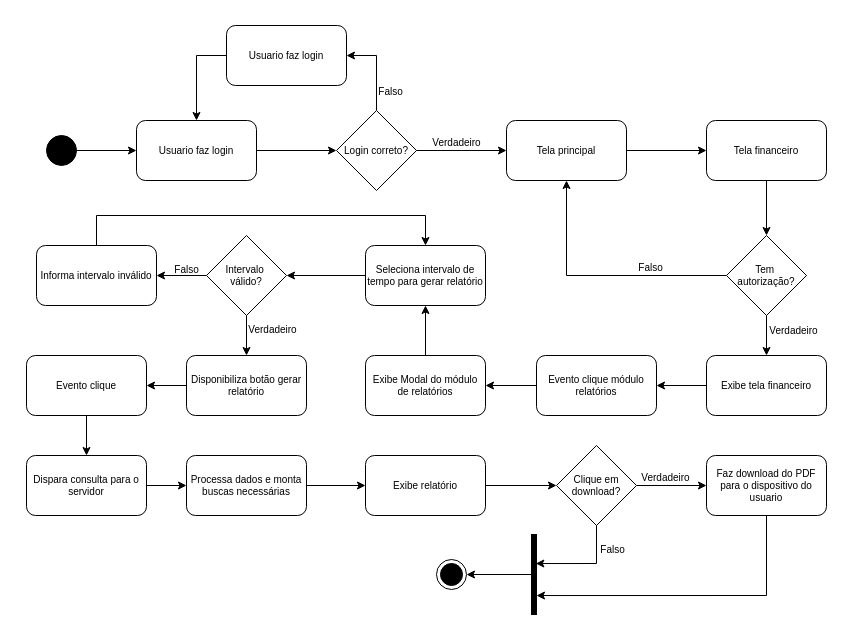
Earlier version of the draw.io diagram diagramas/draw.io/atividade-gerar-relatorio.drawio (dental-sync/dental-sync). Source tidied: cells renumbered, new cells numbered last; positions are measured from the earlier drawing's top-left corner, leaving out a move shared by most shapes. Both pictures are drawn from the tidied source at 100%, with x=0, y=0 at pixel (26, 25).
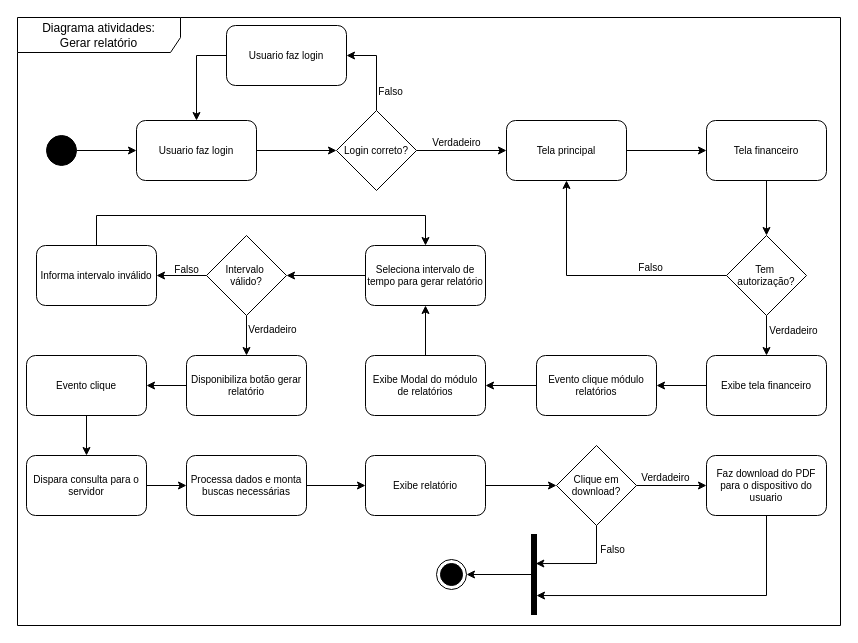
After the change.

Diff of the diagram source:
```diff
@@
+    <mxCell id="57" value="Diagrama atividades:&lt;div&gt;Gerar relatório&lt;/div&gt;" style="shape=umlFrame;whiteSpace=wrap;html=1;width=163;height=35;" parent="1" vertex="1">
+      <mxGeometry x="-9" y="-8" width="823" height="608" as="geometry" />
+    </mxCell>
```
